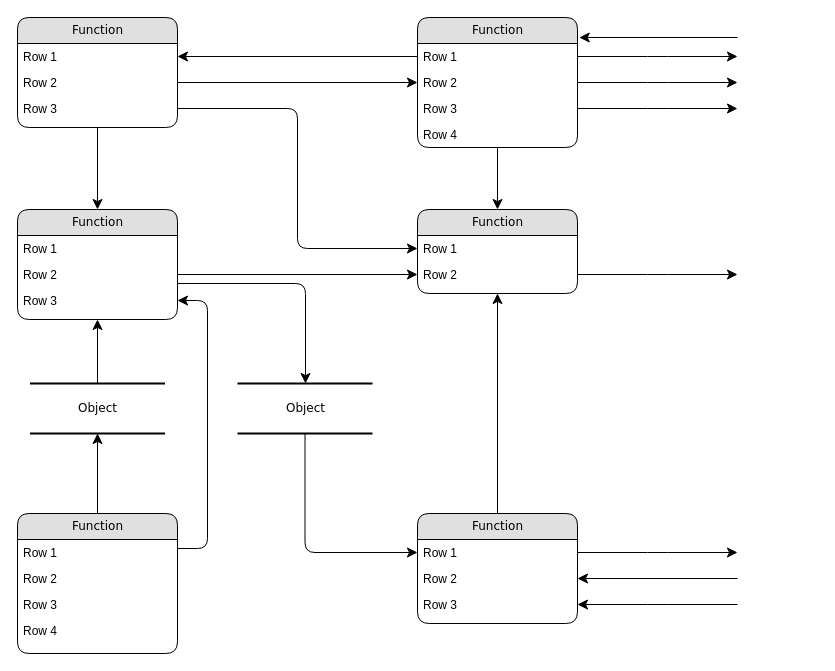
Before: flux energie.drawio in Philippe59710fr/misc, a draw.io diagram. Source tidied: cells renumbered, new cells numbered last; positions are measured from the earlier drawing's top-left corner, leaving out a move shared by most shapes. Both pictures are drawn from the tidied source at 100%, with x=0, y=0 at pixel (17, 17).
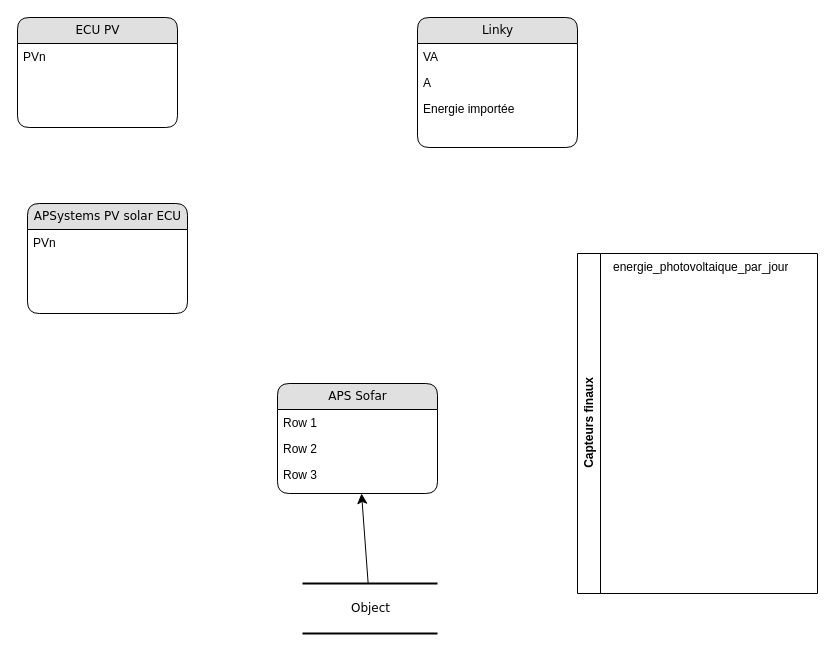
Above is the later version.

Unchanged cells that the change refers to:
```xml
<mxCell id="14" value="Row 2" style="text;html=1;strokeColor=none;fillColor=none;spacingLeft=4;spacingRight=4;whiteSpace=wrap;overflow=hidden;points=[[0,0.5],[1,0.5]];portConstraint=eastwest;" parent="12" vertex="1">
  <mxGeometry y="52" width="160" height="26" as="geometry" />
</mxCell>
<mxCell id="15" value="Row 3" style="text;html=1;strokeColor=none;fillColor=none;spacingLeft=4;spacingRight=4;whiteSpace=wrap;overflow=hidden;points=[[0,0.5],[1,0.5]];portConstraint=eastwest;" parent="12" vertex="1">
  <mxGeometry y="78" width="160" height="26" as="geometry" />
</mxCell>
```

The edit, as a diff of the source:
```diff
@@
     <mxCell id="2" value="Object" style="html=1;rounded=0;shadow=0;comic=0;labelBackgroundColor=none;strokeWidth=2;fontFamily=Verdana;fontSize=12;align=center;shape=mxgraph.ios7ui.horLines;" parent="1" vertex="1">
-      <mxGeometry x="12.5" y="366" width="135" height="50" as="geometry" />
+      <mxGeometry x="285" y="566" width="135" height="50" as="geometry" />
     </mxCell>
-    <mxCell id="3" value="Function" style="swimlane;html=1;fontStyle=0;horizontal=1;startSize=26;fillColor=#e0e0e0;swimlaneFillColor=#ffffff;align=center;rounded=1;shadow=0;comic=0;labelBackgroundColor=none;strokeWidth=1;fontFamily=Verdana;fontSize=12;" parent="1" vertex="1">
+    <mxCell id="3" value="&lt;div&gt;ECU PV&lt;/div&gt;" style="swimlane;html=1;fontStyle=0;horizontal=1;startSize=26;fillColor=#e0e0e0;swimlaneFillColor=#ffffff;align=center;rounded=1;shadow=0;comic=0;labelBackgroundColor=none;strokeWidth=1;fontFamily=Verdana;fontSize=12;" parent="1" vertex="1">
       <mxGeometry width="160" height="110" as="geometry" />
     </mxCell>
-    <mxCell id="4" value="Row 1" style="text;html=1;strokeColor=none;fillColor=none;spacingLeft=4;spacingRight=4;whiteSpace=wrap;overflow=hidden;points=[[0,0.5],[1,0.5]];portConstraint=eastwest;" parent="3" vertex="1">
+    <mxCell id="4" value="PVn" style="text;html=1;strokeColor=none;fillColor=none;spacingLeft=4;spacingRight=4;whiteSpace=wrap;overflow=hidden;points=[[0,0.5],[1,0.5]];portConstraint=eastwest;" parent="3" vertex="1">
       <mxGeometry y="26" width="160" height="26" as="geometry" />
     </mxCell>
-    <mxCell id="5" value="Row 2" style="text;html=1;strokeColor=none;fillColor=none;spacingLeft=4;spacingRight=4;whiteSpace=wrap;overflow=hidden;points=[[0,0.5],[1,0.5]];portConstraint=eastwest;" parent="3" vertex="1">
-      <mxGeometry y="52" width="160" height="26" as="geometry" />
-    </mxCell>
-    <mxCell id="6" value="Row 3" style="text;html=1;strokeColor=none;fillColor=none;spacingLeft=4;spacingRight=4;whiteSpace=wrap;overflow=hidden;points=[[0,0.5],[1,0.5]];portConstraint=eastwest;" parent="3" vertex="1">
-      <mxGeometry y="78" width="160" height="26" as="geometry" />
-    </mxCell>
-    <mxCell id="7" value="Function" style="swimlane;html=1;fontStyle=0;horizontal=1;startSize=26;fillColor=#e0e0e0;swimlaneFillColor=#ffffff;align=center;rounded=1;shadow=0;comic=0;labelBackgroundColor=none;strokeWidth=1;fontFamily=Verdana;fontSize=12;" parent="1" vertex="1">
+    <mxCell id="7" value="Linky" style="swimlane;html=1;fontStyle=0;horizontal=1;startSize=26;fillColor=#e0e0e0;swimlaneFillColor=#ffffff;align=center;rounded=1;shadow=0;comic=0;labelBackgroundColor=none;strokeWidth=1;fontFamily=Verdana;fontSize=12;" parent="1" vertex="1">
       <mxGeometry x="400" width="160" height="130" as="geometry" />
     </mxCell>
-    <mxCell id="8" value="Row 1" style="text;html=1;strokeColor=none;fillColor=none;spacingLeft=4;spacingRight=4;whiteSpace=wrap;overflow=hidden;points=[[0,0.5],[1,0.5]];portConstraint=eastwest;" parent="7" vertex="1">
+    <mxCell id="8" value="VA" style="text;html=1;strokeColor=none;fillColor=none;spacingLeft=4;spacingRight=4;whiteSpace=wrap;overflow=hidden;points=[[0,0.5],[1,0.5]];portConstraint=eastwest;" parent="7" vertex="1">
       <mxGeometry y="26" width="160" height="26" as="geometry" />
     </mxCell>
-    <mxCell id="9" value="Row 2" style="text;html=1;strokeColor=none;fillColor=none;spacingLeft=4;spacingRight=4;whiteSpace=wrap;overflow=hidden;points=[[0,0.5],[1,0.5]];portConstraint=eastwest;" parent="7" vertex="1">
+    <mxCell id="9" value="A" style="text;html=1;strokeColor=none;fillColor=none;spacingLeft=4;spacingRight=4;whiteSpace=wrap;overflow=hidden;points=[[0,0.5],[1,0.5]];portConstraint=eastwest;" parent="7" vertex="1">
       <mxGeometry y="52" width="160" height="26" as="geometry" />
     </mxCell>
-    <mxCell id="10" value="Row 3" style="text;html=1;strokeColor=none;fillColor=none;spacingLeft=4;spacingRight=4;whiteSpace=wrap;overflow=hidden;points=[[0,0.5],[1,0.5]];portConstraint=eastwest;" parent="7" vertex="1">
+    <mxCell id="10" value="Energie importée" style="text;html=1;strokeColor=none;fillColor=none;spacingLeft=4;spacingRight=4;whiteSpace=wrap;overflow=hidden;points=[[0,0.5],[1,0.5]];portConstraint=eastwest;" parent="7" vertex="1">
       <mxGeometry y="78" width="160" height="26" as="geometry" />
     </mxCell>
-    <mxCell id="11" value="Row 4" style="text;html=1;strokeColor=none;fillColor=none;spacingLeft=4;spacingRight=4;whiteSpace=wrap;overflow=hidden;" parent="7" vertex="1">
-      <mxGeometry y="104" width="160" height="26" as="geometry" />
-    </mxCell>
-    <mxCell id="12" value="Function" style="swimlane;html=1;fontStyle=0;horizontal=1;startSize=26;fillColor=#e0e0e0;swimlaneFillColor=#ffffff;align=center;rounded=1;shadow=0;comic=0;labelBackgroundColor=none;strokeWidth=1;fontFamily=Verdana;fontSize=12;" parent="1" vertex="1">
-      <mxGeometry y="192" width="160" height="110" as="geometry" />
+    <mxCell id="12" value="APS Sofar" style="swimlane;html=1;fontStyle=0;horizontal=1;startSize=26;fillColor=#e0e0e0;swimlaneFillColor=#ffffff;align=center;rounded=1;shadow=0;comic=0;labelBackgroundColor=none;strokeWidth=1;fontFamily=Verdana;fontSize=12;" parent="1" vertex="1">
+      <mxGeometry x="260" y="366" width="160" height="110" as="geometry" />
     </mxCell>
@@
-    <mxCell id="16" value="Function" style="swimlane;html=1;fontStyle=0;horizontal=1;startSize=26;fillColor=#e0e0e0;swimlaneFillColor=#ffffff;align=center;rounded=1;shadow=0;comic=0;labelBackgroundColor=none;strokeWidth=1;fontFamily=Verdana;fontSize=12;" parent="1" vertex="1">
-      <mxGeometry y="496" width="160" height="140" as="geometry" />
-    </mxCell>
-    <mxCell id="17" value="Row 1" style="text;html=1;strokeColor=none;fillColor=none;spacingLeft=4;spacingRight=4;whiteSpace=wrap;overflow=hidden;" parent="16" vertex="1">
-      <mxGeometry y="26" width="160" height="26" as="geometry" />
-    </mxCell>
-    <mxCell id="18" value="Row 2" style="text;html=1;strokeColor=none;fillColor=none;spacingLeft=4;spacingRight=4;whiteSpace=wrap;overflow=hidden;" parent="16" vertex="1">
-      <mxGeometry y="52" width="160" height="26" as="geometry" />
-    </mxCell>
-    <mxCell id="19" value="Row 3" style="text;html=1;strokeColor=none;fillColor=none;spacingLeft=4;spacingRight=4;whiteSpace=wrap;overflow=hidden;" parent="16" vertex="1">
-      <mxGeometry y="78" width="160" height="26" as="geometry" />
-    </mxCell>
-    <mxCell id="20" value="Row 4" style="text;html=1;strokeColor=none;fillColor=none;spacingLeft=4;spacingRight=4;whiteSpace=wrap;overflow=hidden;" parent="16" vertex="1">
-      <mxGeometry y="104" width="160" height="26" as="geometry" />
-    </mxCell>
-    <mxCell id="21" value="Function" style="swimlane;html=1;fontStyle=0;horizontal=1;startSize=26;fillColor=#e0e0e0;swimlaneFillColor=#ffffff;align=center;rounded=1;shadow=0;comic=0;labelBackgroundColor=none;strokeWidth=1;fontFamily=Verdana;fontSize=12;" parent="1" vertex="1">
-      <mxGeometry x="400" y="192" width="160" height="84" as="geometry" />
-    </mxCell>
-    <mxCell id="22" value="Row 1" style="text;html=1;strokeColor=none;fillColor=none;spacingLeft=4;spacingRight=4;whiteSpace=wrap;overflow=hidden;points=[[0,0.5],[1,0.5]];portConstraint=eastwest;" parent="21" vertex="1">
-      <mxGeometry y="26" width="160" height="26" as="geometry" />
-    </mxCell>
-    <mxCell id="23" value="Row 2" style="text;html=1;strokeColor=none;fillColor=none;spacingLeft=4;spacingRight=4;whiteSpace=wrap;overflow=hidden;points=[[0,0.5],[1,0.5]];portConstraint=eastwest;" parent="21" vertex="1">
-      <mxGeometry y="52" width="160" height="26" as="geometry" />
-    </mxCell>
-    <mxCell id="24" value="Function" style="swimlane;html=1;fontStyle=0;horizontal=1;startSize=26;fillColor=#e0e0e0;swimlaneFillColor=#ffffff;align=center;rounded=1;shadow=0;comic=0;labelBackgroundColor=none;strokeWidth=1;fontFamily=Verdana;fontSize=12;" parent="1" vertex="1">
-      <mxGeometry x="400" y="496" width="160" height="110" as="geometry" />
-    </mxCell>
-    <mxCell id="25" value="Row 1" style="text;html=1;strokeColor=none;fillColor=none;spacingLeft=4;spacingRight=4;whiteSpace=wrap;overflow=hidden;points=[[0,0.5],[1,0.5]];portConstraint=eastwest;" parent="24" vertex="1">
-      <mxGeometry y="26" width="160" height="26" as="geometry" />
-    </mxCell>
-    <mxCell id="26" value="Row 2" style="text;html=1;strokeColor=none;fillColor=none;spacingLeft=4;spacingRight=4;whiteSpace=wrap;overflow=hidden;points=[[0,0.5],[1,0.5]];portConstraint=eastwest;" parent="24" vertex="1">
-      <mxGeometry y="52" width="160" height="26" as="geometry" />
-    </mxCell>
-    <mxCell id="27" value="Row 3" style="text;html=1;strokeColor=none;fillColor=none;spacingLeft=4;spacingRight=4;whiteSpace=wrap;overflow=hidden;points=[[0,0.5],[1,0.5]];portConstraint=eastwest;" parent="24" vertex="1">
-      <mxGeometry y="78" width="160" height="26" as="geometry" />
-    </mxCell>
-    <mxCell id="28" value="Object" style="html=1;rounded=0;shadow=0;comic=0;labelBackgroundColor=none;strokeWidth=2;fontFamily=Verdana;fontSize=12;align=center;shape=mxgraph.ios7ui.horLines;" parent="1" vertex="1">
-      <mxGeometry x="220" y="366" width="135" height="50" as="geometry" />
-    </mxCell>
-    <mxCell id="29" style="edgeStyle=none;html=1;labelBackgroundColor=none;startFill=0;startSize=8;endFill=1;endSize=8;fontFamily=Verdana;fontSize=12;" parent="1" edge="1" source="16" target="2">
-      <mxGeometry relative="1" as="geometry" />
-    </mxCell>
@@
-    <mxCell id="31" style="edgeStyle=orthogonalEdgeStyle;html=1;labelBackgroundColor=none;startFill=0;startSize=8;endFill=1;endSize=8;fontFamily=Verdana;fontSize=12;exitX=1;exitY=0.25;entryX=1;entryY=0.5;" parent="1" edge="1" source="16" target="15">
-      <mxGeometry relative="1" as="geometry">
-        <Array as="points">
-          <mxPoint x="190" y="531" />
-          <mxPoint x="190" y="283" />
-        </Array>
-      </mxGeometry>
-    </mxCell>
-    <mxCell id="32" style="edgeStyle=orthogonalEdgeStyle;html=1;labelBackgroundColor=none;startFill=0;startSize=8;endFill=1;endSize=8;fontFamily=Verdana;fontSize=12;" parent="1" edge="1" source="28" target="25">
-      <mxGeometry x="-0.13" y="32" relative="1" as="geometry" />
-    </mxCell>
-    <mxCell id="33" style="edgeStyle=orthogonalEdgeStyle;html=1;labelBackgroundColor=none;startFill=0;startSize=8;endFill=1;endSize=8;fontFamily=Verdana;fontSize=12;" parent="1" edge="1" source="12" target="28">
-      <mxGeometry relative="1" as="geometry">
-        <Array as="points">
-          <mxPoint x="288" y="266" />
-        </Array>
-      </mxGeometry>
-    </mxCell>
-    <mxCell id="34" style="edgeStyle=orthogonalEdgeStyle;html=1;labelBackgroundColor=none;startFill=0;startSize=8;endFill=1;endSize=8;fontFamily=Verdana;fontSize=12;" parent="1" edge="1" source="3" target="12">
-      <mxGeometry relative="1" as="geometry" />
-    </mxCell>
-    <mxCell id="35" style="edgeStyle=orthogonalEdgeStyle;html=1;labelBackgroundColor=none;startFill=0;startSize=8;endFill=1;endSize=8;fontFamily=Verdana;fontSize=12;" parent="1" edge="1" source="24" target="21">
-      <mxGeometry relative="1" as="geometry" />
-    </mxCell>
-    <mxCell id="36" style="edgeStyle=orthogonalEdgeStyle;html=1;labelBackgroundColor=none;startFill=0;startSize=8;endFill=1;endSize=8;fontFamily=Verdana;fontSize=12;" parent="1" edge="1" source="7" target="21">
-      <mxGeometry relative="1" as="geometry" />
-    </mxCell>
-    <mxCell id="37" style="edgeStyle=orthogonalEdgeStyle;html=1;entryX=0;entryY=0.5;labelBackgroundColor=none;startFill=0;startSize=8;endFill=1;endSize=8;fontFamily=Verdana;fontSize=12;exitX=1;exitY=0.5;" parent="1" edge="1" source="5" target="9">
-      <mxGeometry relative="1" as="geometry" />
-    </mxCell>
-    <mxCell id="38" style="edgeStyle=orthogonalEdgeStyle;html=1;exitX=0;exitY=0.5;entryX=1;entryY=0.5;labelBackgroundColor=none;startFill=0;startSize=8;endFill=1;endSize=8;fontFamily=Verdana;fontSize=12;" parent="1" edge="1" source="8" target="4">
-      <mxGeometry relative="1" as="geometry" />
-    </mxCell>
-    <mxCell id="39" style="edgeStyle=orthogonalEdgeStyle;html=1;exitX=1;exitY=0.5;entryX=0;entryY=0.5;labelBackgroundColor=none;startFill=0;startSize=8;endFill=1;endSize=8;fontFamily=Verdana;fontSize=12;" parent="1" edge="1" source="6" target="22">
-      <mxGeometry relative="1" as="geometry" />
-    </mxCell>
-    <mxCell id="40" style="edgeStyle=orthogonalEdgeStyle;html=1;exitX=1;exitY=0.5;entryX=0;entryY=0.5;labelBackgroundColor=none;startFill=0;startSize=8;endFill=1;endSize=8;fontFamily=Verdana;fontSize=12;" parent="1" edge="1" source="14" target="23">
-      <mxGeometry relative="1" as="geometry" />
-    </mxCell>
-    <mxCell id="41" style="edgeStyle=orthogonalEdgeStyle;html=1;labelBackgroundColor=none;startFill=0;startSize=8;endFill=1;endSize=8;fontFamily=Verdana;fontSize=12;" parent="1" edge="1" source="23">
-      <mxGeometry relative="1" as="geometry">
-        <mxPoint x="720" y="257" as="targetPoint" />
-      </mxGeometry>
-    </mxCell>
-    <mxCell id="42" style="edgeStyle=orthogonalEdgeStyle;html=1;exitX=1;exitY=0.5;labelBackgroundColor=none;startFill=0;startSize=8;endFill=1;endSize=8;fontFamily=Verdana;fontSize=12;" parent="1" edge="1" source="25">
-      <mxGeometry relative="1" as="geometry">
-        <mxPoint x="720" y="535" as="targetPoint" />
-      </mxGeometry>
-    </mxCell>
-    <mxCell id="43" style="edgeStyle=orthogonalEdgeStyle;html=1;labelBackgroundColor=none;startFill=0;startSize=8;endFill=1;endSize=8;fontFamily=Verdana;fontSize=12;entryX=1;entryY=0.5;" parent="1" edge="1" target="26">
-      <mxGeometry relative="1" as="geometry">
-        <mxPoint x="720" y="561" as="sourcePoint" />
-        <Array as="points">
-          <mxPoint x="720" y="561" />
-        </Array>
-      </mxGeometry>
-    </mxCell>
-    <mxCell id="44" style="edgeStyle=orthogonalEdgeStyle;html=1;labelBackgroundColor=none;startFill=0;startSize=8;endFill=1;endSize=8;fontFamily=Verdana;fontSize=12;entryX=1;entryY=0.5;" parent="1" edge="1" target="27">
-      <mxGeometry relative="1" as="geometry">
-        <mxPoint x="720" y="587" as="sourcePoint" />
-        <Array as="points">
-          <mxPoint x="640" y="587" />
-          <mxPoint x="640" y="587" />
-        </Array>
-      </mxGeometry>
-    </mxCell>
-    <mxCell id="45" style="edgeStyle=orthogonalEdgeStyle;html=1;exitX=1;exitY=0.5;labelBackgroundColor=none;startFill=0;startSize=8;endFill=1;endSize=8;fontFamily=Verdana;fontSize=12;" parent="1" edge="1" source="8">
-      <mxGeometry relative="1" as="geometry">
-        <mxPoint x="720" y="39" as="targetPoint" />
-      </mxGeometry>
-    </mxCell>
-    <mxCell id="46" style="edgeStyle=orthogonalEdgeStyle;html=1;exitX=1;exitY=0.5;labelBackgroundColor=none;startFill=0;startSize=8;endFill=1;endSize=8;fontFamily=Verdana;fontSize=12;" parent="1" edge="1" source="9">
-      <mxGeometry relative="1" as="geometry">
-        <mxPoint x="720" y="65" as="targetPoint" />
-      </mxGeometry>
-    </mxCell>
-    <mxCell id="47" style="edgeStyle=orthogonalEdgeStyle;html=1;exitX=1;exitY=0.5;labelBackgroundColor=none;startFill=0;startSize=8;endFill=1;endSize=8;fontFamily=Verdana;fontSize=12;" parent="1" edge="1" source="10">
-      <mxGeometry relative="1" as="geometry">
-        <mxPoint x="720" y="91" as="targetPoint" />
-      </mxGeometry>
-    </mxCell>
-    <mxCell id="48" style="edgeStyle=elbowEdgeStyle;html=1;labelBackgroundColor=none;startFill=0;startSize=8;endFill=1;endSize=8;fontFamily=Verdana;fontSize=12;elbow=vertical;entryX=1.011;entryY=0.152;entryPerimeter=0;" parent="1" edge="1" target="7">
-      <mxGeometry relative="1" as="geometry">
-        <mxPoint x="720" y="20" as="sourcePoint" />
-        <Array as="points">
-          <mxPoint x="650" y="20" />
-        </Array>
-      </mxGeometry>
-    </mxCell>
+    <mxCell id="49" value="APSystems PV solar ECU" style="swimlane;html=1;fontStyle=0;horizontal=1;startSize=26;fillColor=#e0e0e0;swimlaneFillColor=#ffffff;align=center;rounded=1;shadow=0;comic=0;labelBackgroundColor=none;strokeWidth=1;fontFamily=Verdana;fontSize=12;" parent="1" vertex="1">
+      <mxGeometry x="10" y="186" width="160" height="110" as="geometry" />
+    </mxCell>
+    <mxCell id="50" value="PVn" style="text;html=1;strokeColor=none;fillColor=none;spacingLeft=4;spacingRight=4;whiteSpace=wrap;overflow=hidden;" parent="49" vertex="1">
+      <mxGeometry y="26" width="160" height="26" as="geometry" />
+    </mxCell>
+    <mxCell id="51" value="Capteurs finaux" style="swimlane;horizontal=0;whiteSpace=wrap;html=1;" parent="1" vertex="1">
+      <mxGeometry x="560" y="236" width="240" height="340" as="geometry" />
+    </mxCell>
+    <mxCell id="52" value="energie_photovoltaique_par_jour" style="text;html=1;strokeColor=none;fillColor=none;spacingLeft=4;spacingRight=4;whiteSpace=wrap;overflow=hidden;" parent="51" vertex="1">
+      <mxGeometry x="30" width="210" height="26" as="geometry" />
+    </mxCell>
```
